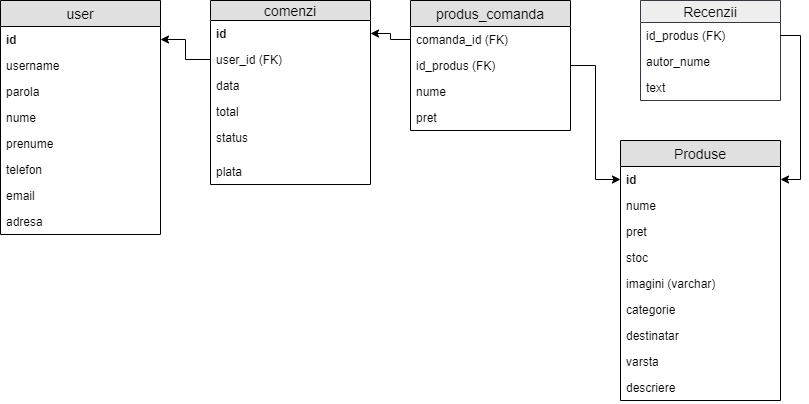
BlackNesta/Oto keeps this draw.io diagram as DataBase/DB OTO.png. Above is the earlier version. Source tidied: cells renumbered, new cells last; positions are measured from the earlier drawing's top-left corner, leaving out a move shared by most shapes.
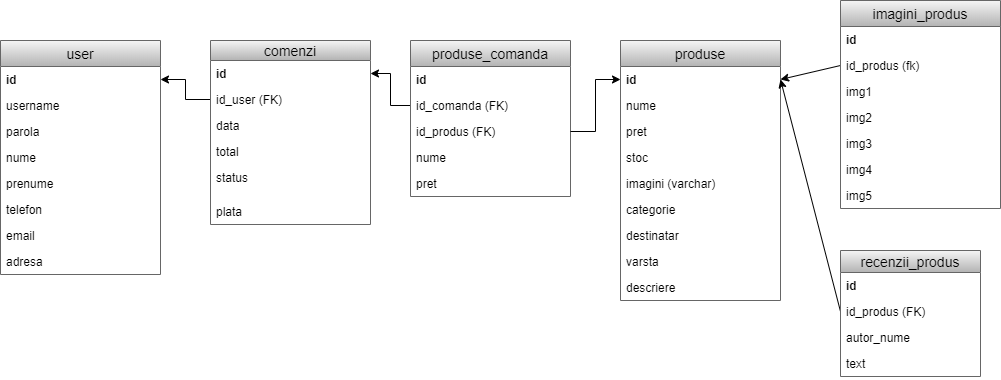
Later version of the same file.

The edit, as a diff of the source:
```diff
@@ -8,7 +8,7 @@
     <mxCell id="3" style="edgeStyle=orthogonalEdgeStyle;rounded=0;jettySize=auto;html=1;" parent="1" edge="1" source="21" target="14">
       <mxGeometry relative="1" as="geometry" />
     </mxCell>
-    <mxCell id="4" value="user" style="swimlane;fontStyle=0;horizontal=1;startSize=26;fillColor=#e0e0e0;swimlaneFillColor=#ffffff;align=center;fontSize=14;" parent="1" vertex="1">
+    <mxCell id="4" value="user" style="swimlane;fontStyle=0;horizontal=1;startSize=26;fillColor=#f5f5f5;swimlaneFillColor=#ffffff;align=center;fontSize=14;gradientColor=#b3b3b3;strokeColor=#666666;" parent="1" vertex="1">
       <mxGeometry width="160" height="234" as="geometry" />
     </mxCell>
     <mxCell id="5" value="id" style="text;strokeColor=none;fillColor=none;spacingLeft=4;spacingRight=4;overflow=hidden;points=[[0,0.5],[1,0.5]];portConstraint=eastwest;fontSize=12;fontStyle=1;" parent="4" vertex="1">
@@ -35,13 +35,13 @@
     <mxCell id="12" value="adresa" style="text;strokeColor=none;fillColor=none;spacingLeft=4;spacingRight=4;overflow=hidden;fontSize=12;" parent="4" vertex="1">
       <mxGeometry y="208" width="160" height="26" as="geometry" />
     </mxCell>
-    <mxCell id="13" value="comenzi" style="swimlane;fontStyle=0;horizontal=1;startSize=20;fillColor=#e0e0e0;swimlaneFillColor=#ffffff;align=center;fontSize=14;" parent="1" vertex="1">
+    <mxCell id="13" value="comenzi" style="swimlane;fontStyle=0;horizontal=1;startSize=20;fillColor=#f5f5f5;swimlaneFillColor=#ffffff;align=center;fontSize=14;gradientColor=#b3b3b3;strokeColor=#666666;" parent="1" vertex="1">
       <mxGeometry x="210" width="160" height="184" as="geometry" />
     </mxCell>
     <mxCell id="14" value="id" style="text;strokeColor=none;fillColor=none;spacingLeft=4;spacingRight=4;overflow=hidden;points=[[0,0.5],[1,0.5]];portConstraint=eastwest;fontSize=12;fontStyle=1;" parent="13" vertex="1">
       <mxGeometry y="20" width="160" height="26" as="geometry" />
     </mxCell>
-    <mxCell id="15" value="user_id (FK)" style="text;strokeColor=none;fillColor=none;spacingLeft=4;spacingRight=4;overflow=hidden;points=[[0,0.5],[1,0.5]];portConstraint=eastwest;fontSize=12;" parent="13" vertex="1">
+    <mxCell id="15" value="id_user (FK)" style="text;strokeColor=none;fillColor=none;spacingLeft=4;spacingRight=4;overflow=hidden;points=[[0,0.5],[1,0.5]];portConstraint=eastwest;fontSize=12;" parent="13" vertex="1">
       <mxGeometry y="46" width="160" height="26" as="geometry" />
     </mxCell>
     <mxCell id="16" value="data" style="text;strokeColor=none;fillColor=none;spacingLeft=4;spacingRight=4;overflow=hidden;fontSize=12;" parent="13" vertex="1">
@@ -56,38 +56,32 @@
     <mxCell id="19" value="plata" style="text;strokeColor=none;fillColor=none;spacingLeft=4;spacingRight=4;overflow=hidden;fontSize=12;" parent="13" vertex="1">
       <mxGeometry y="158" width="160" height="26" as="geometry" />
     </mxCell>
-    <mxCell id="20" value="produs_comanda" style="swimlane;fontStyle=0;horizontal=1;startSize=26;fillColor=#e0e0e0;swimlaneFillColor=#ffffff;align=center;fontSize=14;" parent="1" vertex="1">
-      <mxGeometry x="410" width="160" height="130" as="geometry" />
+    <mxCell id="20" value="produse_comanda" style="swimlane;fontStyle=0;horizontal=1;startSize=26;fillColor=#f5f5f5;swimlaneFillColor=#ffffff;align=center;fontSize=14;gradientColor=#b3b3b3;strokeColor=#666666;" parent="1" vertex="1">
+      <mxGeometry x="410" width="160" height="156" as="geometry" />
     </mxCell>
+    <mxCell id="41" value="id" style="text;strokeColor=none;fillColor=none;spacingLeft=4;spacingRight=4;overflow=hidden;fontSize=12;fontColor=#000000;fontStyle=1;" parent="20" vertex="1">
+      <mxGeometry y="26" width="160" height="26" as="geometry" />
+    </mxCell>
-    <mxCell id="21" value="comanda_id (FK)" style="text;strokeColor=none;fillColor=none;spacingLeft=4;spacingRight=4;overflow=hidden;points=[[0,0.5],[1,0.5]];portConstraint=eastwest;fontSize=12;" parent="20" vertex="1">
-      <mxGeometry y="26" width="160" height="26" as="geometry" />
+    <mxCell id="21" value="id_comanda (FK)" style="text;strokeColor=none;fillColor=none;spacingLeft=4;spacingRight=4;overflow=hidden;points=[[0,0.5],[1,0.5]];portConstraint=eastwest;fontSize=12;" parent="20" vertex="1">
+      <mxGeometry y="52" width="160" height="26" as="geometry" />
     </mxCell>
     <mxCell id="22" value="id_produs (FK)" style="text;strokeColor=none;fillColor=none;spacingLeft=4;spacingRight=4;overflow=hidden;points=[[0,0.5],[1,0.5]];portConstraint=eastwest;fontSize=12;" parent="20" vertex="1">
-      <mxGeometry y="52" width="160" height="26" as="geometry" />
+      <mxGeometry y="78" width="160" height="26" as="geometry" />
     </mxCell>
     <mxCell id="23" value="nume" style="text;strokeColor=none;fillColor=none;spacingLeft=4;spacingRight=4;overflow=hidden;fontSize=12;" parent="20" vertex="1">
-      <mxGeometry y="78" width="160" height="26" as="geometry" />
+      <mxGeometry y="104" width="160" height="26" as="geometry" />
     </mxCell>
     <mxCell id="24" value="pret" style="text;strokeColor=none;fillColor=none;spacingLeft=4;spacingRight=4;overflow=hidden;fontSize=12;" parent="20" vertex="1">
-      <mxGeometry y="104" width="160" height="26" as="geometry" />
+      <mxGeometry y="130" width="160" height="26" as="geometry" />
     </mxCell>
     <mxCell id="25" style="edgeStyle=orthogonalEdgeStyle;rounded=0;jettySize=auto;html=1;entryX=0;entryY=0.5;entryDx=0;entryDy=0;" parent="1" edge="1" source="22" target="31">
       <mxGeometry relative="1" as="geometry" />
     </mxCell>
-    <mxCell id="26" value="Recenzii" style="swimlane;fontStyle=0;horizontal=1;startSize=22;fillColor=#eeeeee;swimlaneFillColor=#ffffff;align=center;fontSize=14;strokeColor=#36393d;" parent="1" vertex="1">
-      <mxGeometry x="640" width="140" height="100" as="geometry" />
-    </mxCell>
-    <mxCell id="27" value="id_produs (FK)" style="text;strokeColor=none;fillColor=none;spacingLeft=4;spacingRight=4;overflow=hidden;points=[[0,0.5],[1,0.5]];portConstraint=eastwest;fontSize=12;" parent="26" vertex="1">
-      <mxGeometry y="22" width="140" height="26" as="geometry" />
-    </mxCell>
-    <mxCell id="28" value="autor_nume" style="text;strokeColor=none;fillColor=none;spacingLeft=4;spacingRight=4;overflow=hidden;fontSize=12;" parent="26" vertex="1">
-      <mxGeometry y="48" width="140" height="26" as="geometry" />
-    </mxCell>
-    <mxCell id="29" value="text" style="text;strokeColor=none;fillColor=none;spacingLeft=4;spacingRight=4;overflow=hidden;fontSize=12;" parent="26" vertex="1">
-      <mxGeometry y="74" width="140" height="26" as="geometry" />
-    </mxCell>
+    <mxCell id="42" style="endArrow=classic;html=1;fontColor=#000000;exitX=0;exitY=0.5;exitDx=0;exitDy=0;entryX=1;entryY=0.5;entryDx=0;entryDy=0;" parent="1" edge="1" source="45" target="31">
+      <mxGeometry relative="1" as="geometry" />
+    </mxCell>
-    <mxCell id="30" value="Produse" style="swimlane;fontStyle=0;horizontal=1;startSize=26;fillColor=#e0e0e0;swimlaneFillColor=#ffffff;align=center;fontSize=14;" parent="1" vertex="1">
-      <mxGeometry x="620" y="140" width="160" height="260" as="geometry" />
+    <mxCell id="30" value="produse" style="swimlane;fontStyle=0;horizontal=1;startSize=26;fillColor=#f5f5f5;swimlaneFillColor=#ffffff;align=center;fontSize=14;gradientColor=#b3b3b3;strokeColor=#666666;" parent="1" vertex="1">
+      <mxGeometry x="620" width="160" height="260" as="geometry" />
     </mxCell>
     <mxCell id="31" value="id&#10;" style="text;strokeColor=none;fillColor=none;spacingLeft=4;spacingRight=4;overflow=hidden;points=[[0,0.5],[1,0.5]];portConstraint=eastwest;fontSize=12;fontStyle=1;" parent="30" vertex="1">
       <mxGeometry y="26" width="160" height="26" as="geometry" />
@@ -116,13 +110,47 @@
     <mxCell id="39" value="descriere" style="text;strokeColor=none;fillColor=none;spacingLeft=4;spacingRight=4;overflow=hidden;fontSize=12;" parent="30" vertex="1">
       <mxGeometry y="234" width="160" height="26" as="geometry" />
     </mxCell>
-    <mxCell id="40" style="edgeStyle=orthogonalEdgeStyle;rounded=0;jettySize=auto;html=1;entryX=1;entryY=0.5;entryDx=0;entryDy=0;" parent="1" edge="1" source="27" target="31">
-      <mxGeometry relative="1" as="geometry">
-        <Array as="points">
-          <mxPoint x="800" y="35" />
-          <mxPoint x="800" y="179" />
-        </Array>
-      </mxGeometry>
+    <mxCell id="40" style="endArrow=classic;html=1;fontColor=#000000;exitX=0;exitY=0.5;exitDx=0;exitDy=0;entryX=1;entryY=0.5;entryDx=0;entryDy=0;" parent="1" edge="1" source="27" target="31">
+      <mxGeometry relative="1" as="geometry" />
     </mxCell>
+    <mxCell id="43" value="imagini_produs" style="swimlane;fontStyle=0;horizontal=1;startSize=26;align=center;fontSize=14;fillColor=#f5f5f5;strokeColor=#666666;gradientColor=#b3b3b3;" parent="1" vertex="1">
+      <mxGeometry x="840" y="-40" width="160" height="208" as="geometry" />
+    </mxCell>
+    <mxCell id="44" value="id" style="text;strokeColor=none;fillColor=none;spacingLeft=4;spacingRight=4;overflow=hidden;fontSize=12;fontStyle=1;" parent="43" vertex="1">
+      <mxGeometry y="26" width="160" height="26" as="geometry" />
+    </mxCell>
+    <mxCell id="45" value="id_produs (fk)" style="text;strokeColor=none;fillColor=none;spacingLeft=4;spacingRight=4;overflow=hidden;points=[[0,0.5],[1,0.5]];portConstraint=eastwest;fontSize=12;" parent="43" vertex="1">
+      <mxGeometry y="52" width="160" height="26" as="geometry" />
+    </mxCell>
+    <mxCell id="46" value="img1" style="text;strokeColor=none;fillColor=none;spacingLeft=4;spacingRight=4;overflow=hidden;fontSize=12;" parent="43" vertex="1">
+      <mxGeometry y="78" width="160" height="26" as="geometry" />
+    </mxCell>
+    <mxCell id="47" value="img2" style="text;strokeColor=none;fillColor=none;spacingLeft=4;spacingRight=4;overflow=hidden;fontSize=12;" parent="43" vertex="1">
+      <mxGeometry y="104" width="160" height="26" as="geometry" />
+    </mxCell>
+    <mxCell id="48" value="img3" style="text;strokeColor=none;fillColor=none;spacingLeft=4;spacingRight=4;overflow=hidden;fontSize=12;" parent="43" vertex="1">
+      <mxGeometry y="130" width="160" height="26" as="geometry" />
+    </mxCell>
+    <mxCell id="49" value="img4" style="text;strokeColor=none;fillColor=none;spacingLeft=4;spacingRight=4;overflow=hidden;fontSize=12;" parent="43" vertex="1">
+      <mxGeometry y="156" width="160" height="26" as="geometry" />
+    </mxCell>
+    <mxCell id="50" value="img5" style="text;strokeColor=none;fillColor=none;spacingLeft=4;spacingRight=4;overflow=hidden;fontSize=12;" parent="43" vertex="1">
+      <mxGeometry y="182" width="160" height="26" as="geometry" />
+    </mxCell>
+    <mxCell id="26" value="recenzii_produs" style="swimlane;fontStyle=0;horizontal=1;startSize=22;fillColor=#f5f5f5;swimlaneFillColor=#ffffff;align=center;fontSize=14;strokeColor=#666666;gradientColor=#b3b3b3;" parent="1" vertex="1">
+      <mxGeometry x="840" y="210" width="140" height="126" as="geometry" />
+    </mxCell>
+    <mxCell id="51" value="id" style="text;strokeColor=none;fillColor=none;spacingLeft=4;spacingRight=4;overflow=hidden;fontSize=12;fontColor=#000000;fontStyle=1;" parent="26" vertex="1">
+      <mxGeometry y="22" width="140" height="26" as="geometry" />
+    </mxCell>
+    <mxCell id="27" value="id_produs (FK)" style="text;strokeColor=none;fillColor=none;spacingLeft=4;spacingRight=4;overflow=hidden;points=[[0,0.5],[1,0.5]];portConstraint=eastwest;fontSize=12;" parent="26" vertex="1">
+      <mxGeometry y="48" width="140" height="26" as="geometry" />
+    </mxCell>
+    <mxCell id="28" value="autor_nume" style="text;strokeColor=none;fillColor=none;spacingLeft=4;spacingRight=4;overflow=hidden;fontSize=12;" parent="26" vertex="1">
+      <mxGeometry y="74" width="140" height="26" as="geometry" />
+    </mxCell>
+    <mxCell id="29" value="text" style="text;strokeColor=none;fillColor=none;spacingLeft=4;spacingRight=4;overflow=hidden;fontSize=12;" parent="26" vertex="1">
+      <mxGeometry y="100" width="140" height="26" as="geometry" />
+    </mxCell>
   </root>
 </mxGraphModel>
```
